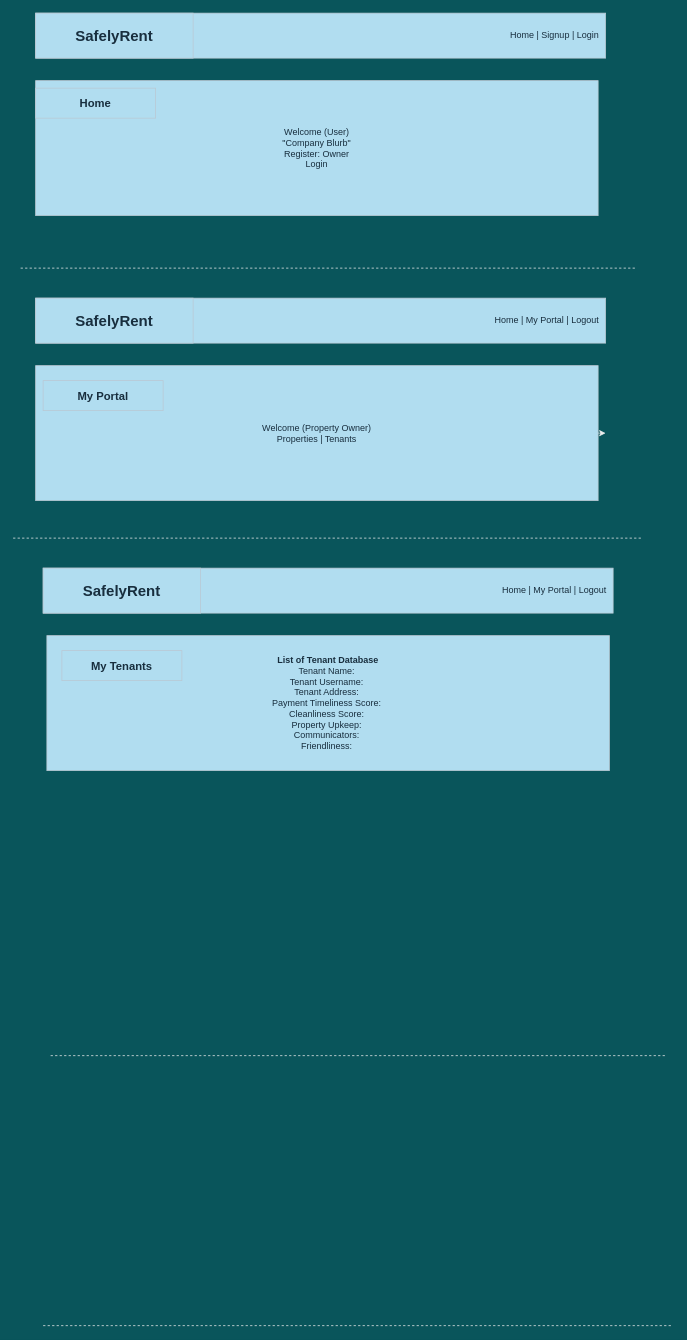
Above: Untitled Diagram.drawio in johndolacjr/SafelyRent (draw.io), before the change. Source tidied: cells renumbered, new cells numbered last; positions are measured from the earlier drawing's top-left corner, leaving out a move shared by most shapes. Both pictures are drawn from the tidied source at 75%, with x=0, y=0 at pixel (13, 13).
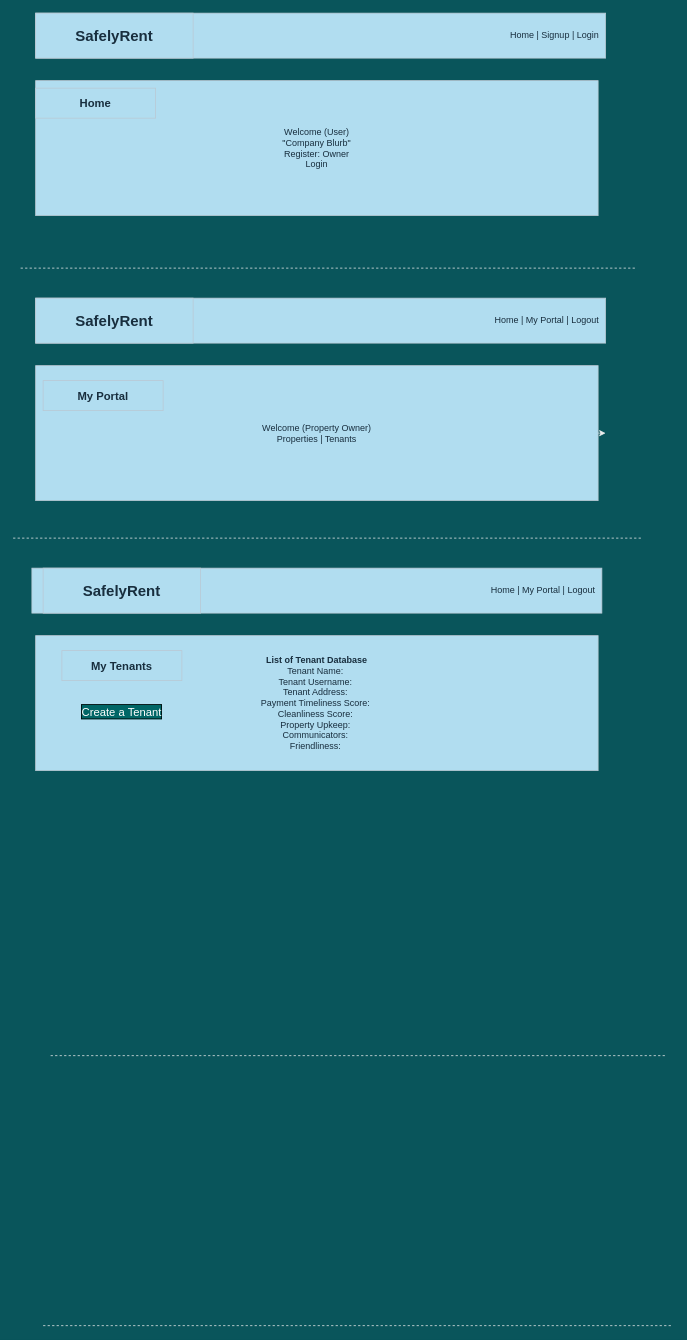
The same page after the edit.

What changed in the source:
```diff
@@
     <mxCell id="11" value="&lt;b&gt;List of Tenant Database&lt;/b&gt;&lt;br&gt;Tenant Name:&amp;nbsp;&lt;br&gt;Tenant Username:&amp;nbsp;&lt;br&gt;Tenant Address:&amp;nbsp;&lt;br&gt;&lt;div&gt;Payment Timeliness Score:&amp;nbsp;&lt;/div&gt;&lt;div&gt;Cleanliness Score:&amp;nbsp;&lt;/div&gt;&lt;div&gt;Property Upkeep:&amp;nbsp;&lt;/div&gt;&lt;div&gt;Communicators:&amp;nbsp;&lt;/div&gt;&lt;div&gt;Friendliness:&amp;nbsp;&lt;/div&gt;" style="whiteSpace=wrap;html=1;fillColor=#B1DDF0;strokeColor=#BAC8D3;fontColor=#182E3E;" parent="1" vertex="1">
-      <mxGeometry x="45" y="830" width="750" height="180" as="geometry" />
+      <mxGeometry x="30" y="830" width="750" height="180" as="geometry" />
     </mxCell>
@@
     <mxCell id="13" value="Home | My Portal | Logout&amp;nbsp;&amp;nbsp;" style="whiteSpace=wrap;html=1;align=right;fillColor=#B1DDF0;strokeColor=#BAC8D3;fontColor=#182E3E;" parent="1" vertex="1">
-      <mxGeometry x="40" y="740" width="760" height="60" as="geometry" />
+      <mxGeometry x="25" y="740" width="760" height="60" as="geometry" />
     </mxCell>
@@
+    <mxCell id="19" value="Create a Tenant" style="rounded=1;whiteSpace=wrap;html=1;sketch=0;strokeColor=#BAC8D3;fillColor=#B1DDF0;fontSize=15;labelBackgroundColor=#006666;labelBorderColor=#000000;fontColor=#FFFFFF;" parent="1" vertex="1">
+      <mxGeometry x="75" y="930" width="140" as="geometry" />
+    </mxCell>
```
